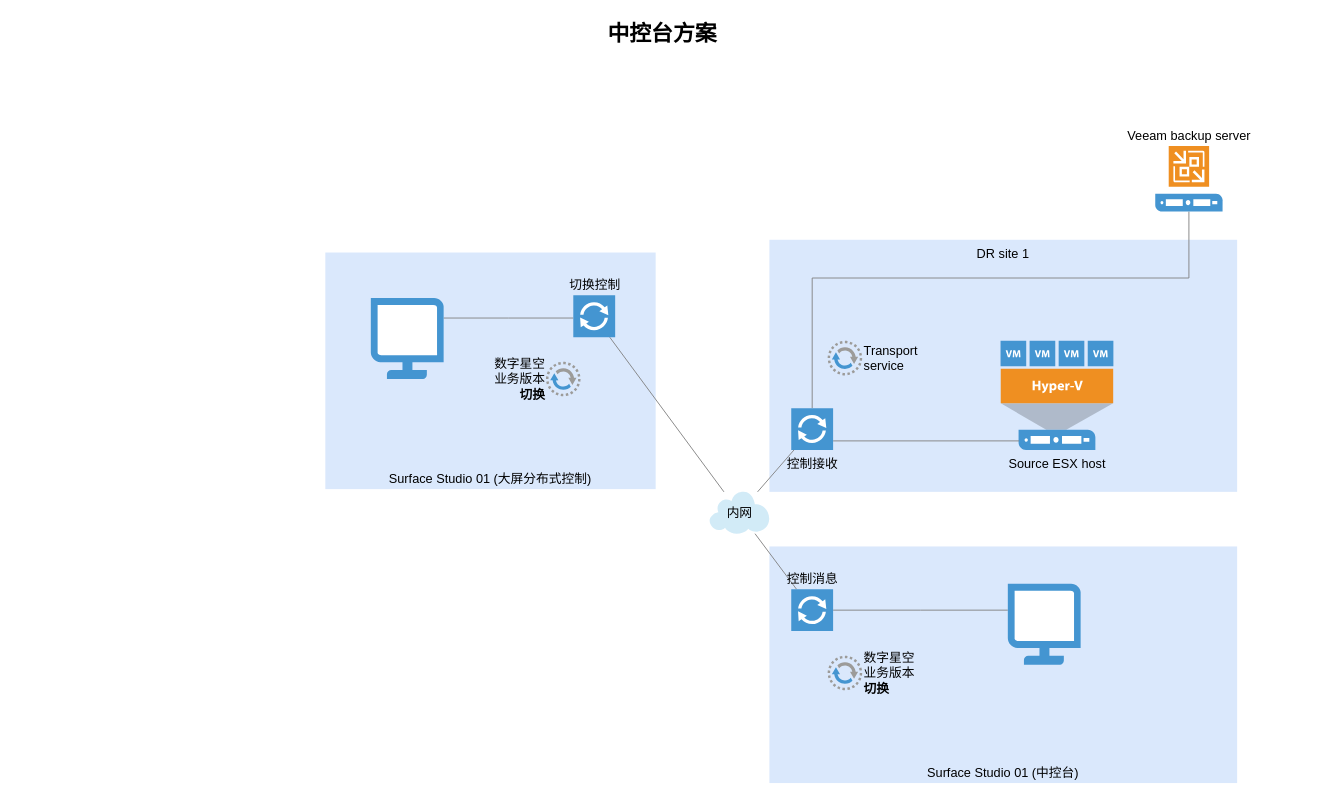
The draw.io diagram Untitled Diagram.drawio in DeanTuYu/DrawIo, before the edit. Source tidied: cells renumbered, new cells numbered last; positions are measured from the earlier drawing's top-left corner, leaving out a move shared by most shapes. Both pictures are drawn from the tidied source at 91%, with x=0, y=0 at pixel (15, 15).
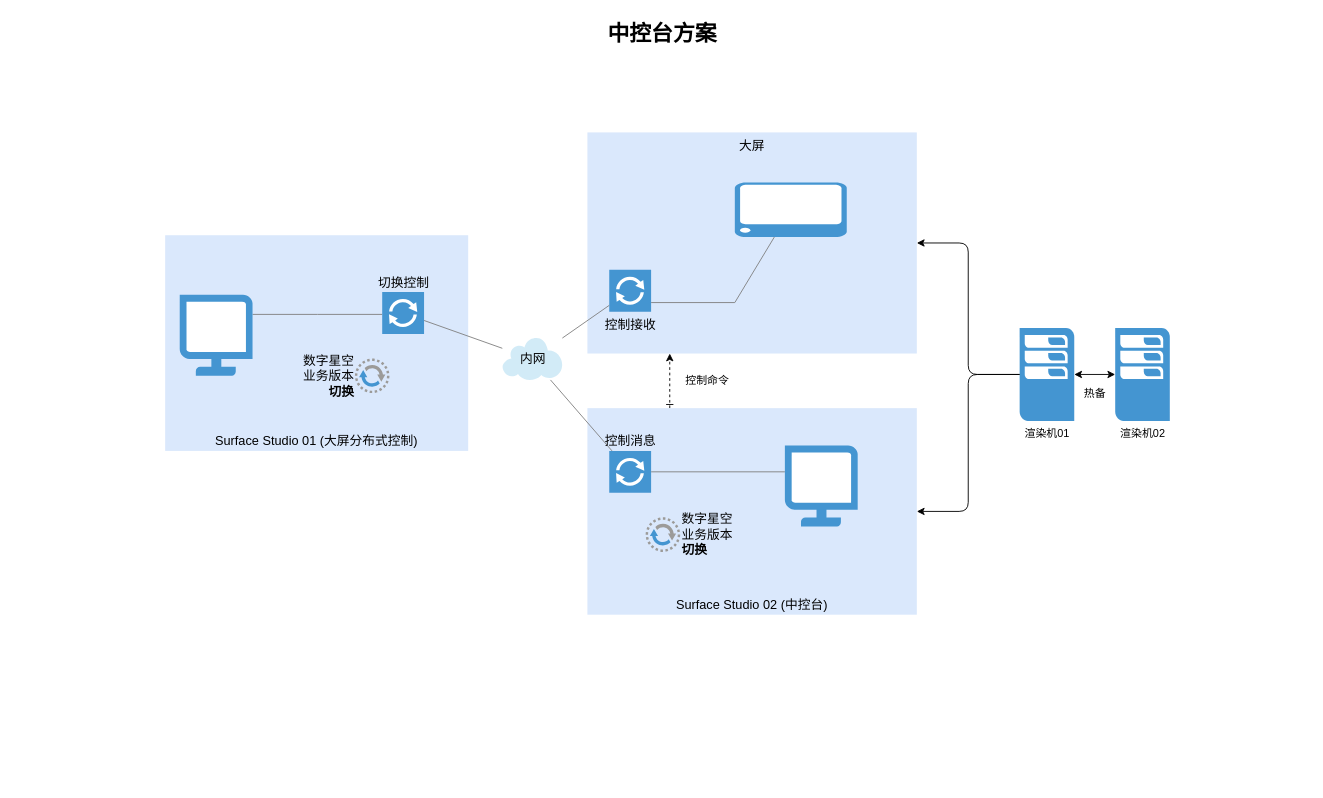
Above is the later version.

The edit, as a diff of the source:
```diff
@@
+    <mxCell id="24" style="edgeStyle=orthogonalEdgeStyle;rounded=0;jettySize=auto;html=1;exitX=0.25;exitY=0;exitDx=0;exitDy=0;entryX=0.25;entryY=1;entryDx=0;entryDy=0;startArrow=ERone;startFill=0;dashed=1;" parent="1" edge="1" source="2" target="4">
+      <mxGeometry relative="1" as="geometry" />
+    </mxCell>
-    <mxCell id="2" value="Surface Studio 01 (中控台)" style="whiteSpace=wrap;html=1;fillColor=#dae8fc;fontSize=14;strokeColor=none;verticalAlign=bottom;" parent="1" vertex="1">
-      <mxGeometry x="828" y="583" width="514" height="260" as="geometry" />
+    <mxCell id="2" value="Surface Studio 02 (中控台)" style="whiteSpace=wrap;html=1;fillColor=#dae8fc;fontSize=14;strokeColor=none;verticalAlign=bottom;" parent="1" vertex="1">
+      <mxGeometry x="628" y="431" width="362" height="227" as="geometry" />
     </mxCell>
     <mxCell id="3" value="Surface Studio 01 (大屏分布式控制)" style="whiteSpace=wrap;html=1;fillColor=#dae8fc;fontSize=14;strokeColor=none;verticalAlign=bottom;" parent="1" vertex="1">
-      <mxGeometry x="340" y="260" width="363" height="260" as="geometry" />
+      <mxGeometry x="164" y="241" width="333" height="237" as="geometry" />
     </mxCell>
-    <mxCell id="4" value="DR site 1" style="whiteSpace=wrap;html=1;fillColor=#dae8fc;fontSize=14;strokeColor=none;verticalAlign=top;" parent="1" vertex="1">
-      <mxGeometry x="828" y="246" width="514" height="277" as="geometry" />
+    <mxCell id="4" value="大屏" style="whiteSpace=wrap;html=1;fillColor=#dae8fc;fontSize=14;strokeColor=none;verticalAlign=top;" parent="1" vertex="1">
+      <mxGeometry x="628" y="128" width="362" height="243" as="geometry" />
     </mxCell>
-    <mxCell id="5" style="edgeStyle=orthogonalEdgeStyle;rounded=0;html=1;startSize=10;endSize=10;jettySize=auto;fontSize=14;endArrow=none;endFill=0;strokeColor=#808080;" parent="1" edge="1" source="6" target="9">
-      <mxGeometry relative="1" as="geometry">
-        <Array as="points">
-          <mxPoint x="1289" y="288" />
-          <mxPoint x="875" y="288" />
-        </Array>
-      </mxGeometry>
-    </mxCell>
-    <mxCell id="6" value="Veeam backup server" style="shadow=0;dashed=0;html=1;strokeColor=none;fillColor=#4495D1;labelPosition=center;verticalLabelPosition=top;verticalAlign=bottom;shape=mxgraph.veeam.2d.veeam_backup_and_replication_server;fontSize=14;align=center;" parent="1" vertex="1">
-      <mxGeometry x="1252" y="143" width="74" height="72" as="geometry" />
-    </mxCell>
-    <mxCell id="7" value="Source ESX host" style="shadow=0;dashed=0;html=1;strokeColor=none;fillColor=#4495D1;labelPosition=center;verticalLabelPosition=bottom;verticalAlign=top;shape=mxgraph.veeam.2d.hyper_v_host;fontFamily=Helvetica;fontSize=14;fontColor=#000000;align=center;" parent="1" vertex="1">
-      <mxGeometry x="1082" y="357" width="124" height="120" as="geometry" />
-    </mxCell>
-    <mxCell id="8" style="edgeStyle=elbowEdgeStyle;rounded=0;html=1;startSize=10;endSize=10;jettySize=auto;fontSize=14;endArrow=none;endFill=0;strokeColor=#808080;elbow=vertical;entryX=0.164;entryY=0.919;entryPerimeter=0;" parent="1" edge="1" source="9" target="7">
+    <mxCell id="8" style="edgeStyle=elbowEdgeStyle;rounded=0;html=1;startSize=10;endSize=10;jettySize=auto;fontSize=14;endArrow=none;endFill=0;strokeColor=#808080;elbow=vertical;" parent="1" edge="1" source="9" target="28">
       <mxGeometry relative="1" as="geometry">
         <Array as="points">
-          <mxPoint x="990" y="467" />
+          <mxPoint x="790" y="315" />
         </Array>
       </mxGeometry>
     </mxCell>
     <mxCell id="9" value="控制接收&lt;br&gt;" style="shadow=0;dashed=0;html=1;strokeColor=none;fillColor=#4495D1;labelPosition=center;verticalLabelPosition=bottom;verticalAlign=top;shape=mxgraph.veeam.2d.proxy;fontSize=14;" parent="1" vertex="1">
-      <mxGeometry x="852" y="431" width="46" height="46" as="geometry" />
+      <mxGeometry x="652" y="279" width="46" height="46" as="geometry" />
     </mxCell>
@@
     <mxCell id="11" value="内网" style="shadow=0;dashed=0;html=1;strokeColor=none;fillColor=#4495D1;labelPosition=center;verticalLabelPosition=middle;verticalAlign=middle;shape=mxgraph.veeam.2d.cloud;fontSize=14;align=center;" parent="1" vertex="1">
-      <mxGeometry x="762" y="523" width="66" height="46" as="geometry" />
+      <mxGeometry x="534.5" y="354" width="66" height="46" as="geometry" />
     </mxCell>
-    <mxCell id="12" value="Transport&lt;div&gt;service&lt;/div&gt;" style="shadow=0;dashed=0;html=1;strokeColor=none;fillColor=#4495D1;labelPosition=right;verticalLabelPosition=middle;verticalAlign=middle;shape=mxgraph.veeam.2d.data_mover;fontSize=14;align=left;" parent="1" vertex="1">
-      <mxGeometry x="892" y="357" width="38" height="38" as="geometry" />
-    </mxCell>
@@
     <mxCell id="15" value="切换控制&lt;br&gt;" style="shadow=0;dashed=0;html=1;strokeColor=none;fillColor=#4495D1;labelPosition=center;verticalLabelPosition=top;verticalAlign=bottom;shape=mxgraph.veeam.2d.proxy;fontSize=14;align=center;" parent="1" vertex="1">
-      <mxGeometry x="612.5" y="307" width="46" height="46" as="geometry" />
+      <mxGeometry x="402.5" y="303.5" width="46" height="46" as="geometry" />
     </mxCell>
@@
     <mxCell id="18" value="控制消息" style="shadow=0;dashed=0;html=1;strokeColor=none;fillColor=#4495D1;labelPosition=center;verticalLabelPosition=top;verticalAlign=bottom;shape=mxgraph.veeam.2d.proxy;fontSize=14;align=center;" parent="1" vertex="1">
-      <mxGeometry x="852" y="630" width="46" height="46" as="geometry" />
+      <mxGeometry x="652" y="478" width="46" height="46" as="geometry" />
     </mxCell>
     <mxCell id="19" value="数字星空&lt;br&gt;业务版本&lt;br&gt;&lt;b&gt;切换&lt;/b&gt;&lt;br&gt;" style="shadow=0;dashed=0;html=1;strokeColor=none;fillColor=#4495D1;labelPosition=left;verticalLabelPosition=middle;verticalAlign=middle;shape=mxgraph.veeam.2d.data_mover;fontSize=14;align=right;" parent="1" vertex="1">
-      <mxGeometry x="582.5" y="380" width="38" height="38" as="geometry" />
+      <mxGeometry x="372.5" y="376.5" width="38" height="38" as="geometry" />
     </mxCell>
     <mxCell id="20" value="数字星空&lt;br&gt;业务版本&lt;br&gt;&lt;b&gt;切换&lt;/b&gt;&lt;br&gt;" style="shadow=0;dashed=0;html=1;strokeColor=none;fillColor=#4495D1;labelPosition=right;verticalLabelPosition=middle;verticalAlign=middle;shape=mxgraph.veeam.2d.data_mover;fontSize=14;align=left;" parent="1" vertex="1">
-      <mxGeometry x="892" y="703" width="38" height="38" as="geometry" />
+      <mxGeometry x="692" y="551" width="38" height="38" as="geometry" />
     </mxCell>
@@
     <mxCell id="22" style="shadow=0;dashed=0;html=1;strokeColor=none;fillColor=#4495D1;labelPosition=center;verticalLabelPosition=bottom;verticalAlign=top;align=center;outlineConnect=0;shape=mxgraph.veeam.monitor;" parent="1" vertex="1">
-      <mxGeometry x="390" y="310" width="80" height="89" as="geometry" />
+      <mxGeometry x="180" y="306.5" width="80" height="89" as="geometry" />
     </mxCell>
     <mxCell id="23" style="shadow=0;dashed=0;html=1;strokeColor=none;fillColor=#4495D1;labelPosition=center;verticalLabelPosition=bottom;verticalAlign=top;align=center;outlineConnect=0;shape=mxgraph.veeam.monitor;" parent="1" vertex="1">
-      <mxGeometry x="1090" y="624" width="80" height="89" as="geometry" />
+      <mxGeometry x="845" y="472" width="80" height="89" as="geometry" />
     </mxCell>
+    <mxCell id="25" style="edgeStyle=orthogonalEdgeStyle;jettySize=auto;html=1;rounded=0;startArrow=classic;startFill=1;" parent="1" edge="1" source="27" target="29">
+      <mxGeometry relative="1" as="geometry" />
+    </mxCell>
+    <mxCell id="26" style="edgeStyle=orthogonalEdgeStyle;rounded=1;jettySize=auto;html=1;entryX=1;entryY=0.5;entryDx=0;entryDy=0;" parent="1" edge="1" source="27" target="4">
+      <mxGeometry relative="1" as="geometry" />
+    </mxCell>
+    <mxCell id="27" value="渲染机01" style="shadow=0;dashed=0;html=1;strokeColor=none;fillColor=#4495D1;labelPosition=center;verticalLabelPosition=bottom;verticalAlign=top;align=center;outlineConnect=0;shape=mxgraph.veeam.2d.esx_esxi;" parent="1" vertex="1">
+      <mxGeometry x="1103" y="343" width="60" height="102" as="geometry" />
+    </mxCell>
+    <mxCell id="28" style="shadow=0;dashed=0;html=1;strokeColor=none;fillColor=#4495D1;labelPosition=center;verticalLabelPosition=bottom;verticalAlign=top;align=center;outlineConnect=0;shape=mxgraph.veeam.interface;rotation=-180;" parent="1" vertex="1">
+      <mxGeometry x="790" y="183" width="123" height="60" as="geometry" />
+    </mxCell>
+    <mxCell id="29" value="渲染机02" style="shadow=0;dashed=0;html=1;strokeColor=none;fillColor=#4495D1;labelPosition=center;verticalLabelPosition=bottom;verticalAlign=top;align=center;outlineConnect=0;shape=mxgraph.veeam.2d.esx_esxi;" parent="1" vertex="1">
+      <mxGeometry x="1208" y="343" width="60" height="102" as="geometry" />
+    </mxCell>
+    <mxCell id="30" value="热备" style="text;html=1;strokeColor=none;fillColor=none;align=center;verticalAlign=middle;whiteSpace=wrap;rounded=0;" parent="1" vertex="1">
+      <mxGeometry x="1166" y="405" width="40" height="20" as="geometry" />
+    </mxCell>
+    <mxCell id="31" style="edgeStyle=orthogonalEdgeStyle;rounded=1;jettySize=auto;html=1;entryX=1;entryY=0.5;entryDx=0;entryDy=0;" parent="1" edge="1" source="27" target="2">
+      <mxGeometry relative="1" as="geometry" />
+    </mxCell>
+    <mxCell id="32" value="控制命令" style="text;html=1;strokeColor=none;fillColor=none;align=center;verticalAlign=middle;whiteSpace=wrap;rounded=0;" parent="1" vertex="1">
+      <mxGeometry x="730" y="391" width="60" height="20" as="geometry" />
+    </mxCell>
```
